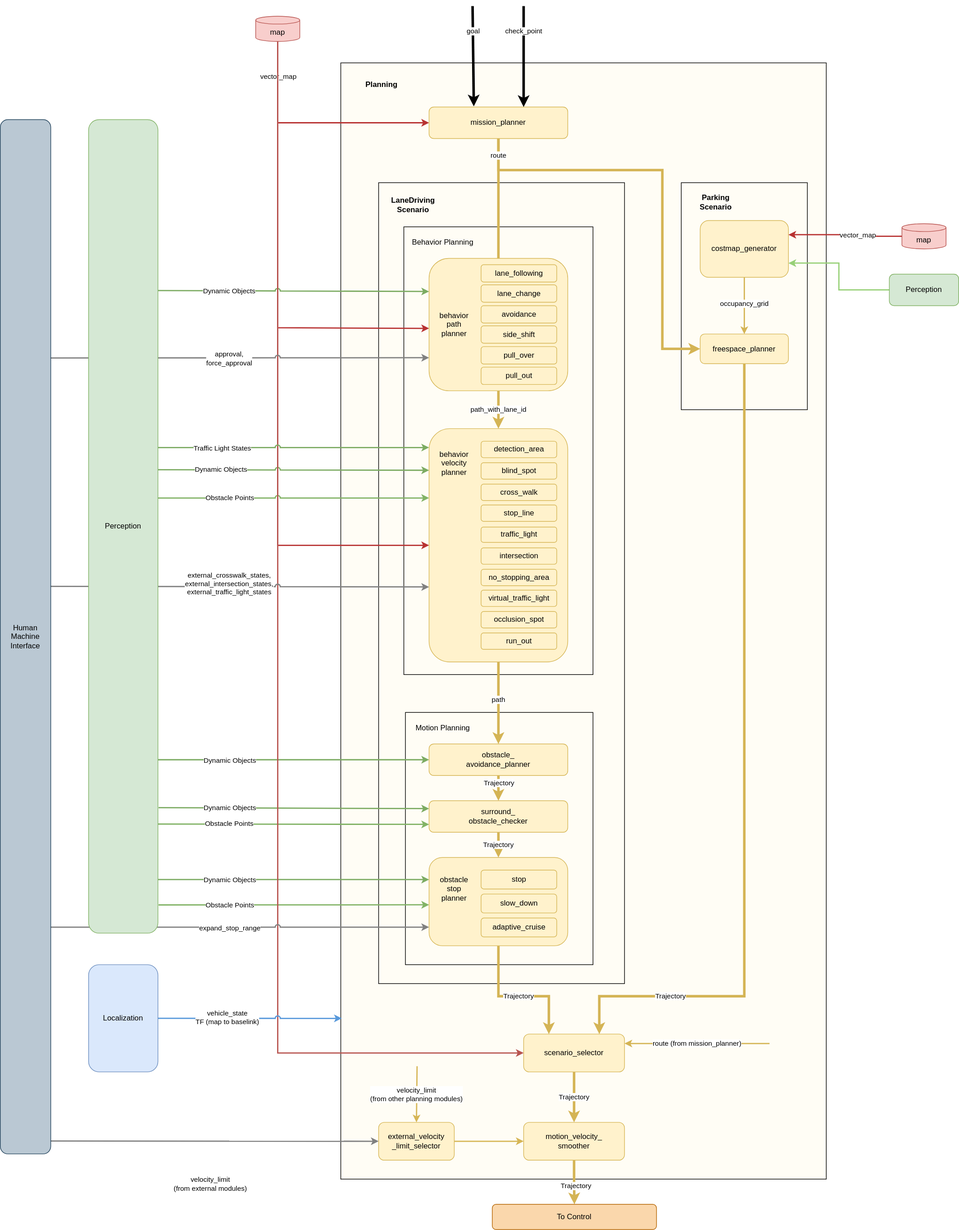
Before: pr-282/design/autoware-architecture/planning/image/planning-diagram.drawio.svg, a diagram exported from draw.io (youtalk/autoware-documentation). Source tidied: cells renumbered, new cells last; positions are measured from the earlier drawing's top-left corner, leaving out a move shared by most shapes.
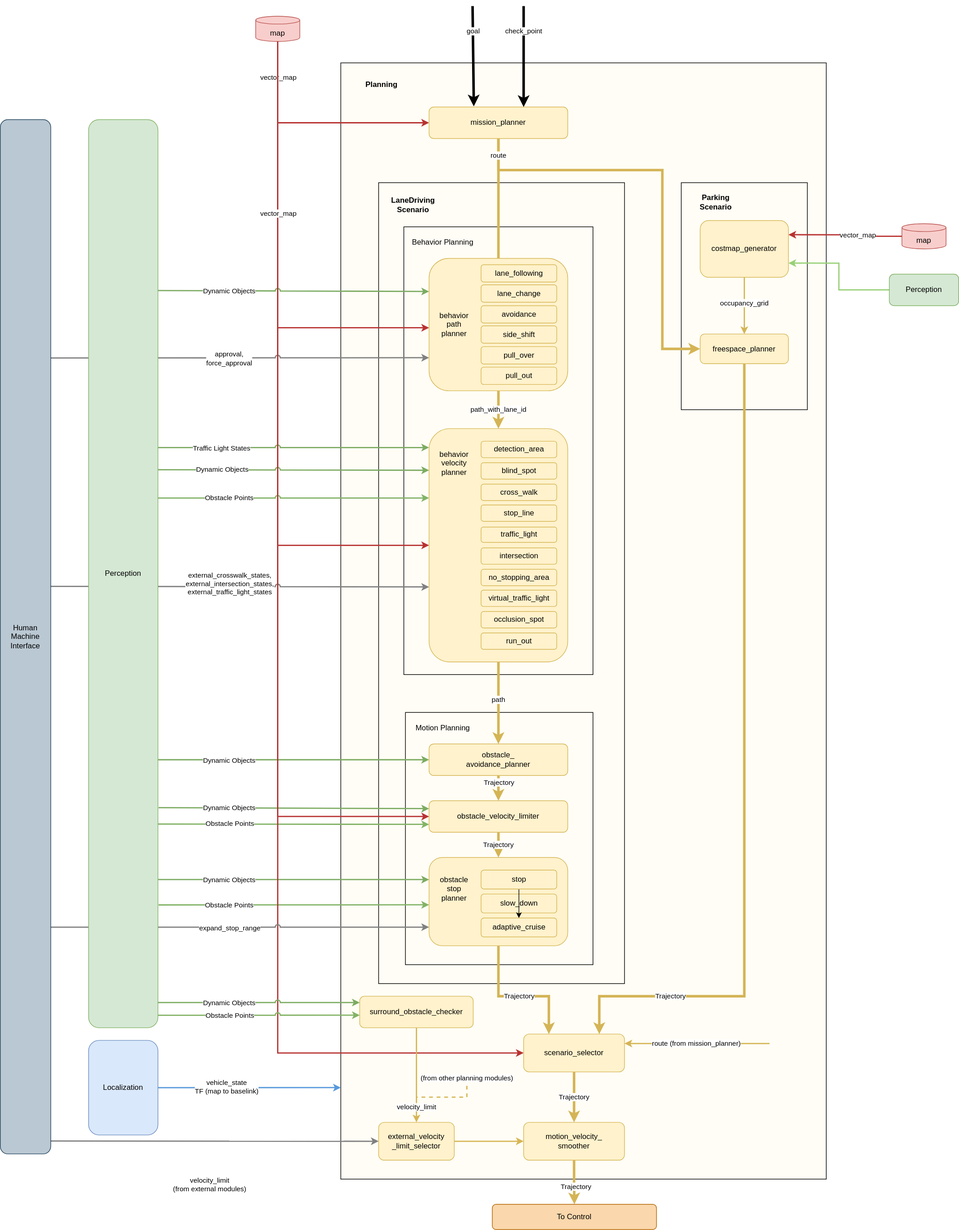
Above is the later version.

Diff of the diagram source:
```diff
@@ -58,7 +58,7 @@
     <mxCell id="17" value="Trajectory" style="edgeStyle=none;rounded=0;comic=0;jettySize=auto;html=1;exitX=0.5;exitY=1;exitDx=0;exitDy=0;entryX=0.5;entryY=0;entryDx=0;entryDy=0;startArrow=none;startFill=0;strokeColor=#D4B455;strokeWidth=4;" parent="1" edge="1" source="18" target="21">
       <mxGeometry relative="1" as="geometry" />
     </mxCell>
-    <mxCell id="18" value="surround_&lt;br&gt;obstacle_checker" style="rounded=1;whiteSpace=wrap;html=1;comic=0;fillColor=#fff2cc;strokeColor=#d6b656;sketch=0;shadow=0;" parent="1" vertex="1">
+    <mxCell id="18" value="obstacle_velocity_limiter" style="rounded=1;whiteSpace=wrap;html=1;comic=0;fillColor=#fff2cc;strokeColor=#d6b656;sketch=0;shadow=0;" parent="1" vertex="1">
       <mxGeometry x="680" y="1260" width="220" height="50" as="geometry" />
     </mxCell>
     <mxCell id="19" style="edgeStyle=orthogonalEdgeStyle;rounded=0;comic=0;jettySize=auto;html=1;entryX=0.25;entryY=0;entryDx=0;entryDy=0;strokeColor=#D4B455;strokeWidth=4;exitX=0.5;exitY=1;exitDx=0;exitDy=0;" parent="1" edge="1" source="21" target="23">
@@ -145,6 +145,9 @@
     <mxCell id="38" value="adaptive_cruise" style="rounded=1;whiteSpace=wrap;html=1;comic=0;fillColor=#fff2cc;strokeColor=#d6b656;sketch=0;shadow=0;" parent="1" vertex="1">
       <mxGeometry x="762.5" y="1446" width="120" height="30" as="geometry" />
     </mxCell>
+    <mxCell id="106" style="edgeStyle=orthogonalEdgeStyle;rounded=0;jettySize=auto;html=1;" parent="1" edge="1" source="39" target="38">
+      <mxGeometry relative="1" as="geometry" />
+    </mxCell>
     <mxCell id="39" value="stop" style="rounded=1;whiteSpace=wrap;html=1;comic=0;fillColor=#fff2cc;strokeColor=#d6b656;sketch=0;shadow=0;" parent="1" vertex="1">
       <mxGeometry x="762.5" y="1370" width="120" height="30" as="geometry" />
     </mxCell>
@@ -276,7 +279,7 @@
     <mxCell id="65" value="map" style="shape=cylinder3;whiteSpace=wrap;html=1;boundedLbl=1;backgroundOutline=1;size=6.231516520182296;sketch=0;verticalAlign=top;fillColor=#f8cecc;strokeColor=#b85450;" parent="1" vertex="1">
       <mxGeometry x="1430" y="345" width="70" height="40" as="geometry" />
     </mxCell>
-    <mxCell id="66" style="edgeStyle=orthogonalEdgeStyle;html=1;entryX=0;entryY=0.5;entryDx=0;entryDy=0;strokeWidth=2;rounded=0;fillColor=#f8cecc;strokeColor=#b85450;" parent="1" edge="1" source="67" target="23">
+    <mxCell id="66" style="edgeStyle=orthogonalEdgeStyle;html=1;entryX=0;entryY=0.5;entryDx=0;entryDy=0;strokeWidth=2;rounded=0;fillColor=#f8cecc;strokeColor=#B83232;" parent="1" edge="1" source="67" target="23">
       <mxGeometry relative="1" as="geometry">
         <Array as="points">
           <mxPoint x="440" y="1660" />
@@ -286,16 +289,14 @@
     <mxCell id="67" value="map" style="shape=cylinder3;whiteSpace=wrap;html=1;boundedLbl=1;backgroundOutline=1;size=6.231516520182296;sketch=0;verticalAlign=top;fillColor=#f8cecc;strokeColor=#b85450;" parent="1" vertex="1">
       <mxGeometry x="405" y="16" width="70" height="40" as="geometry" />
     </mxCell>
-    <mxCell id="68" style="edgeStyle=none;rounded=1;comic=0;jumpStyle=arc;jettySize=auto;html=1;entryX=0.002;entryY=0.935;entryDx=0;entryDy=0;entryPerimeter=0;fontColor=#000000;strokeWidth=2;strokeColor=#5899DB;" parent="1" edge="1" source="70">
-      <mxGeometry relative="1" as="geometry">
-        <mxPoint x="541.5" y="1605.2" as="targetPoint" />
-      </mxGeometry>
+    <mxCell id="68" style="edgeStyle=none;rounded=1;comic=0;jumpStyle=arc;jettySize=auto;html=1;entryX=0;entryY=0.918;entryDx=0;entryDy=0;entryPerimeter=0;fontColor=#000000;strokeWidth=2;strokeColor=#5899DB;" parent="1" edge="1" source="70" target="2">
+      <mxGeometry relative="1" as="geometry" />
     </mxCell>
     <mxCell id="69" value="vehicle_state&lt;br&gt;TF (map to baselink)" style="edgeLabel;html=1;align=center;verticalAlign=middle;fontColor=#000000;" parent="68" vertex="1">
       <mxGeometry x="-0.25" y="2" relative="1" as="geometry" />
     </mxCell>
     <mxCell id="70" value="&lt;div style=&quot;text-align: left&quot;&gt;Localization&lt;/div&gt;" style="rounded=1;whiteSpace=wrap;html=1;comic=0;fillColor=#dae8fc;strokeColor=#6c8ebf;sketch=0;shadow=0;" parent="1" vertex="1">
-      <mxGeometry x="140" y="1520" width="110" height="170" as="geometry" />
+      <mxGeometry x="140" y="1640" width="110" height="150" as="geometry" />
     </mxCell>
     <mxCell id="71" style="rounded=0;comic=0;jumpStyle=arc;jettySize=auto;html=1;entryX=0;entryY=0.75;entryDx=0;entryDy=0;fontColor=#000000;strokeColor=#808080;strokeWidth=2;" parent="1" edge="1" target="12">
       <mxGeometry relative="1" as="geometry">
@@ -344,7 +345,7 @@
       </mxGeometry>
     </mxCell>
     <mxCell id="80" value="Perception" style="rounded=1;whiteSpace=wrap;html=1;comic=0;fillColor=#d5e8d4;strokeColor=#82b366;sketch=0;shadow=0;" parent="1" vertex="1">
-      <mxGeometry x="140" y="180" width="110" height="1290" as="geometry" />
+      <mxGeometry x="140" y="180" width="110" height="1440" as="geometry" />
     </mxCell>
     <mxCell id="81" style="rounded=0;comic=0;jumpStyle=arc;jettySize=auto;html=1;fontColor=#000000;strokeColor=#808080;strokeWidth=2;entryX=0;entryY=0.5;entryDx=0;entryDy=0;" parent="1" edge="1" target="87">
       <mxGeometry relative="1" as="geometry">
@@ -371,10 +372,8 @@
     <mxCell id="87" value="external_velocity&lt;br&gt;_limit_selector" style="rounded=1;whiteSpace=wrap;html=1;fillColor=#fff2cc;strokeColor=#d6b656;" parent="1" vertex="1">
       <mxGeometry x="600" y="1770" width="120" height="60" as="geometry" />
     </mxCell>
-    <mxCell id="88" value="velocity_limit&lt;br&gt;(from other planning modules)" style="endArrow=classic;html=1;strokeWidth=2;entryX=0.5;entryY=0;entryDx=0;entryDy=0;fillColor=#fff2cc;strokeColor=#d6b656;" parent="1" edge="1" target="87">
-      <mxGeometry relative="1" as="geometry">
-        <mxPoint x="661" y="1681" as="sourcePoint" />
-      </mxGeometry>
+    <mxCell id="88" value="velocity_limit&lt;br&gt;" style="endArrow=classic;html=1;strokeWidth=2;entryX=0.5;entryY=0;entryDx=0;entryDy=0;fillColor=#fff2cc;strokeColor=#d6b656;" parent="1" edge="1" source="109" target="87">
+      <mxGeometry x="0.67" relative="1" as="geometry" />
     </mxCell>
     <mxCell id="89" value="avoidance" style="rounded=1;whiteSpace=wrap;html=1;comic=0;fillColor=#fff2cc;strokeColor=#d6b656;sketch=0;shadow=0;" parent="1" vertex="1">
       <mxGeometry x="762.5" y="475" width="120" height="27.5" as="geometry" />
@@ -430,5 +429,51 @@
         <mxPoint x="830" y="160" as="targetPoint" />
       </mxGeometry>
     </mxCell>
+    <mxCell id="107" style="edgeStyle=orthogonalEdgeStyle;rounded=0;comic=0;jettySize=auto;html=1;fontColor=#666666;strokeWidth=2;strokeColor=#B83232;entryX=0;entryY=0.5;entryDx=0;entryDy=0;" parent="1" edge="1" source="67" target="18">
+      <mxGeometry relative="1" as="geometry">
+        <Array as="points">
+          <mxPoint x="440" y="1285" />
+        </Array>
+      </mxGeometry>
+    </mxCell>
+    <mxCell id="108" value="vector_map" style="edgeLabel;html=1;align=center;verticalAlign=middle;fontColor=#000000;" parent="107" vertex="1">
+      <mxGeometry x="-0.44" y="1" relative="1" as="geometry">
+        <mxPoint x="-1" y="-138" as="offset" />
+      </mxGeometry>
+    </mxCell>
+    <mxCell id="109" value="surround_obstacle_checker" style="rounded=1;whiteSpace=wrap;html=1;comic=0;fillColor=#fff2cc;strokeColor=#d6b656;sketch=0;shadow=0;" parent="1" vertex="1">
+      <mxGeometry x="570" y="1570" width="180" height="50" as="geometry" />
+    </mxCell>
+    <mxCell id="110" value="(from other planning modules)" style="endArrow=none;html=1;strokeWidth=2;fillColor=#fff2cc;strokeColor=#d6b656;dashed=1;rounded=0;endFill=0;" parent="1" edge="1">
+      <mxGeometry x="-1" relative="1" as="geometry">
+        <mxPoint x="740" y="1700" as="sourcePoint" />
+        <mxPoint x="660" y="1730" as="targetPoint" />
+        <Array as="points">
+          <mxPoint x="740" y="1730" />
+        </Array>
+      </mxGeometry>
+    </mxCell>
+    <mxCell id="111" style="edgeStyle=none;rounded=1;comic=0;jumpStyle=arc;orthogonalLoop=1;jettySize=auto;html=1;fontColor=#000000;strokeWidth=2;strokeColor=#82b366;fillColor=#d5e8d4;" parent="1" edge="1">
+      <mxGeometry relative="1" as="geometry">
+        <mxPoint x="250" y="1600.2" as="sourcePoint" />
+        <mxPoint x="570" y="1600" as="targetPoint" />
+      </mxGeometry>
+    </mxCell>
+    <mxCell id="112" value="Obstacle Points" style="edgeLabel;html=1;align=center;verticalAlign=middle;fontColor=#000000;" parent="111" vertex="1">
+      <mxGeometry x="-0.23" y="-2" relative="1" as="geometry">
+        <mxPoint x="-10" y="-2" as="offset" />
+      </mxGeometry>
+    </mxCell>
+    <mxCell id="113" style="rounded=0;comic=0;orthogonalLoop=1;jettySize=auto;html=1;fontColor=#000000;strokeWidth=2;strokeColor=#7CAB62;jumpStyle=arc;" parent="1" edge="1">
+      <mxGeometry relative="1" as="geometry">
+        <mxPoint x="250" y="1580" as="sourcePoint" />
+        <mxPoint x="570" y="1580" as="targetPoint" />
+      </mxGeometry>
+    </mxCell>
+    <mxCell id="114" value="Dynamic Objects" style="edgeLabel;html=1;align=center;verticalAlign=middle;fontColor=#000000;" parent="113" vertex="1">
+      <mxGeometry x="-0.64" y="3" relative="1" as="geometry">
+        <mxPoint x="55" y="3" as="offset" />
+      </mxGeometry>
+    </mxCell>
   </root>
 </mxGraphModel>
```
